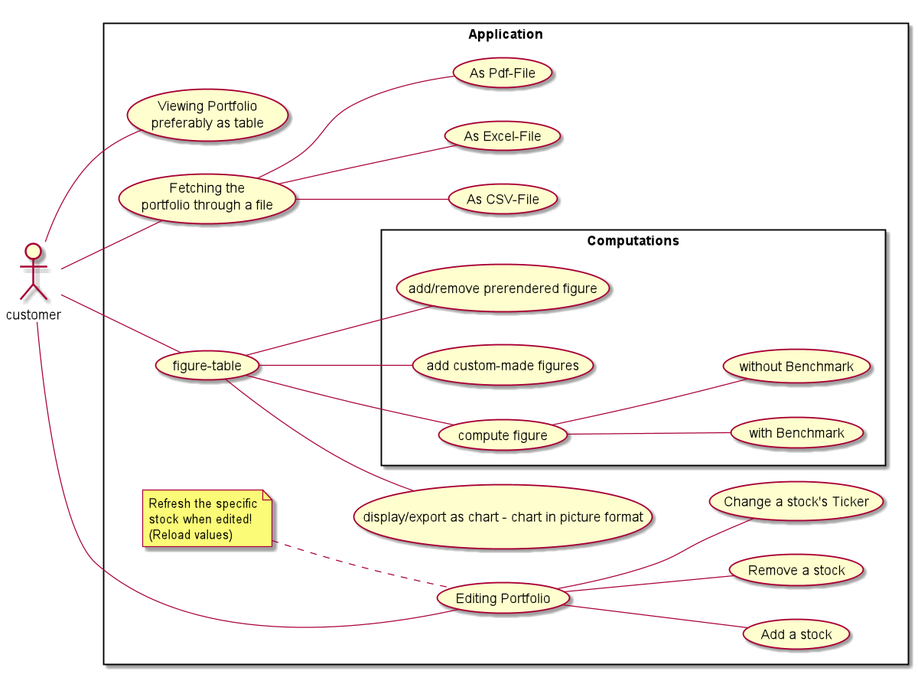
Before: Documentation/Use_Case_Diagram.png, a diagram exported from PlantUML (rama997project/Stats-Screening).
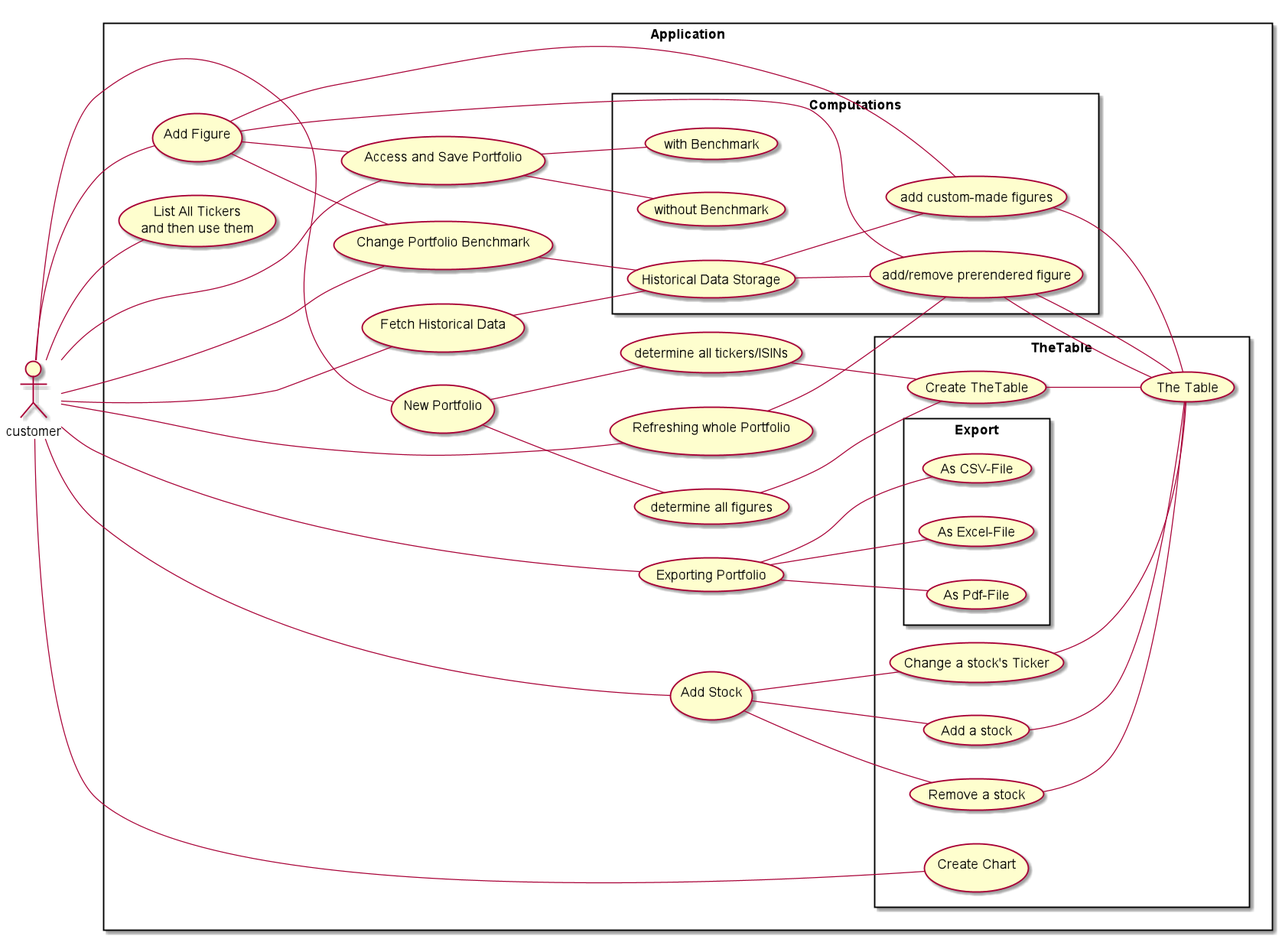
Later version of the same file.

Commit message:
Updated Use Case Diagram in SRS

Change to the diagram source:
```diff
@@ -8,42 +8,96 @@
 
 rectangle Application {
 customer -- (UC1)
+customer -- (UC2)
 customer -- (UC3)
-customer -- (UC2)
+
 customer -- (UC5)
-(UC3) -- (Add a stock)
-(UC3) -- (Remove a stock)
-(UC3) -- (Change a stock's Ticker)
+customer -- (UC6)
+customer -- (UC7)
 
-note left of (UC3)
-    Refresh the specific
-    stock when edited!
-    (Reload values)
-end note
+customer -- (UC8)
+
+customer -- (UC9)
+customer -- (UC10)
+
+
+
+(UC1) -- (determine all tickers/ISINs)
+(UC1) -- (determine all figures)
+
+rectangle TheTable {
+customer -- (UC4)
+
+
+rectangle Export {
 
 (UC2) -- (As CSV-File)
 (UC2) -- (As Excel-File)
 (UC2) -- (As Pdf-File)
+
+}
+
+(determine all tickers/ISINs) -- (Create TheTable)
+(determine all figures)  -- (Create TheTable)
+
+(Create TheTable) -- (The Table)
+
+
+(UC3) -- (Add a stock)
+(UC3) -- (Remove a stock)
+(UC3) -- (Change a stock's Ticker)
+(Add a stock) -- (The Table)
+(Remove a stock) -- (The Table)
+(Change a stock's Ticker) -- (The Table)
+(UC5) -- (UC7)
+
+}
+
+
 rectangle Computations {
 
+(UC10) -- (add/remove prerendered figure)
+(UC5) -- (add/remove prerendered figure)
+(add/remove prerendered figure) -- (The Table)
+(UC5) -- (add custom-made figures)
 
-(UC5) -- (add/remove prerendered figure)
-(UC5) -- (add custom-made figures)
+(add custom-made figures) -- (The Table)
+(add/remove prerendered figure) -- (The Table)
+
+(UC7) -- (Historical Data Storage)
+
+(Historical Data Storage) -- (add/remove prerendered figure)
+(Historical Data Storage) -- (add custom-made figures)
+
+(UC8) -- (Historical Data Storage)
 (UC5) -- (UC6)
 (UC6) -- (with Benchmark)
 (UC6) -- (without Benchmark)
 
 
 usecase UC6 as "compute figure"
-usecase UC5 as "figure-table"
+usecase UC5 as "manage figures"
 
 }
-(UC5) -- (display/export as chart - chart in picture format)
-usecase UC1 as "Viewing Portfolio \n preferably as table"
+usecase UC1 as "New Portfolio \n "
 
-usecase UC2 as "Fetching the \n portfolio through a file"
+usecase UC2 as "Exporting Portfolio"
 
-usecase UC3 as "Editing Portfolio"
+usecase UC3 as "Add Stock \n "
+
+usecase UC4 as "Create Chart \n "
+
+usecase UC5 as "Add Figure \n "
+
+usecase UC6 as "Access and Save Portfolio \n "
+
+usecase UC7 as "Change Portfolio Benchmark \n "
+
+usecase UC8 as "Fetch Historical Data \n "
+
+usecase UC9 as "List All Tickers \n and then use them"
+
+usecase UC10 as "Refreshing whole Portfolio \n "
 }
 
 
```
